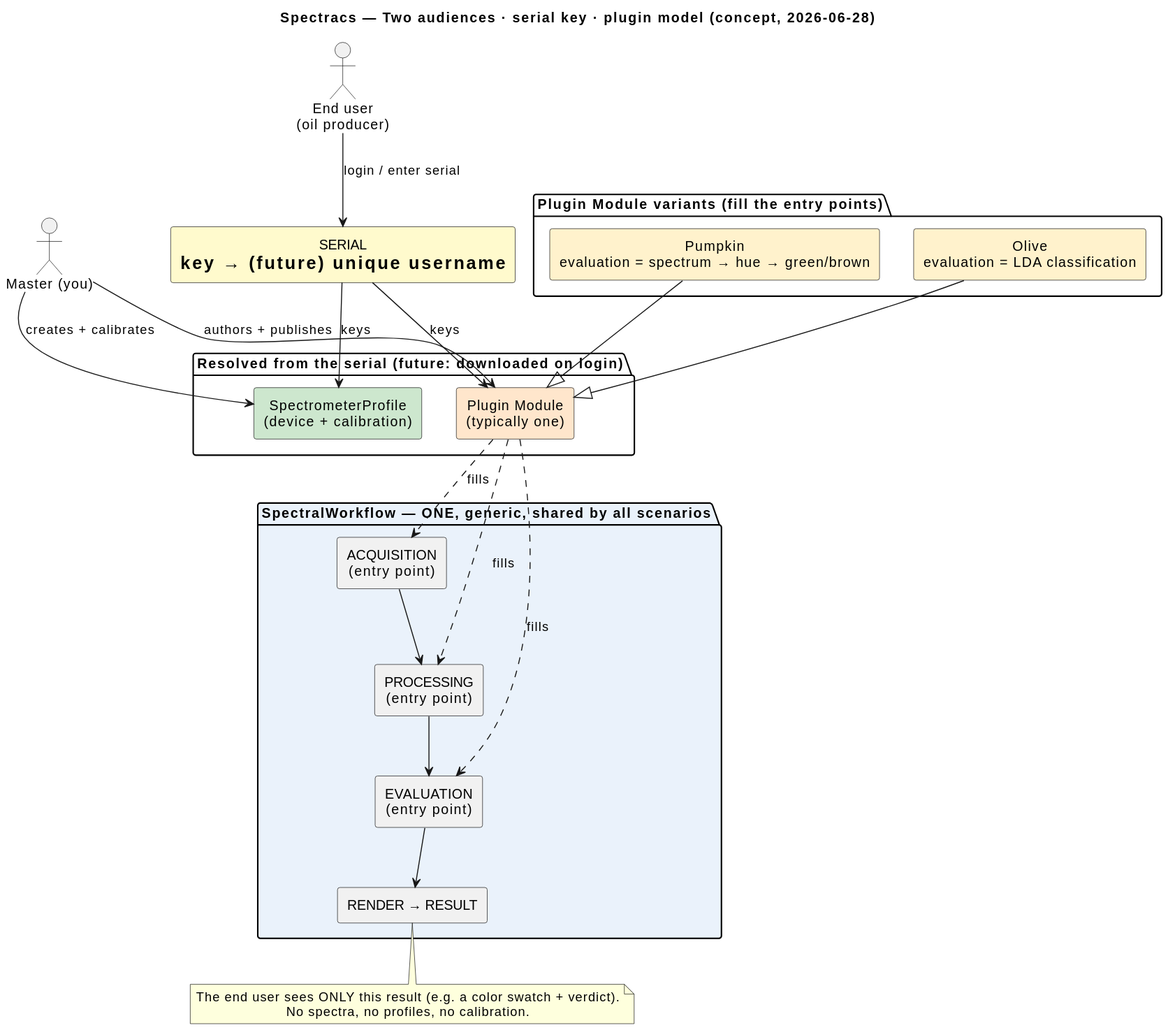
Above: plugin_model.svg in nidwe72/spectracs-docs (PlantUML), before the change.
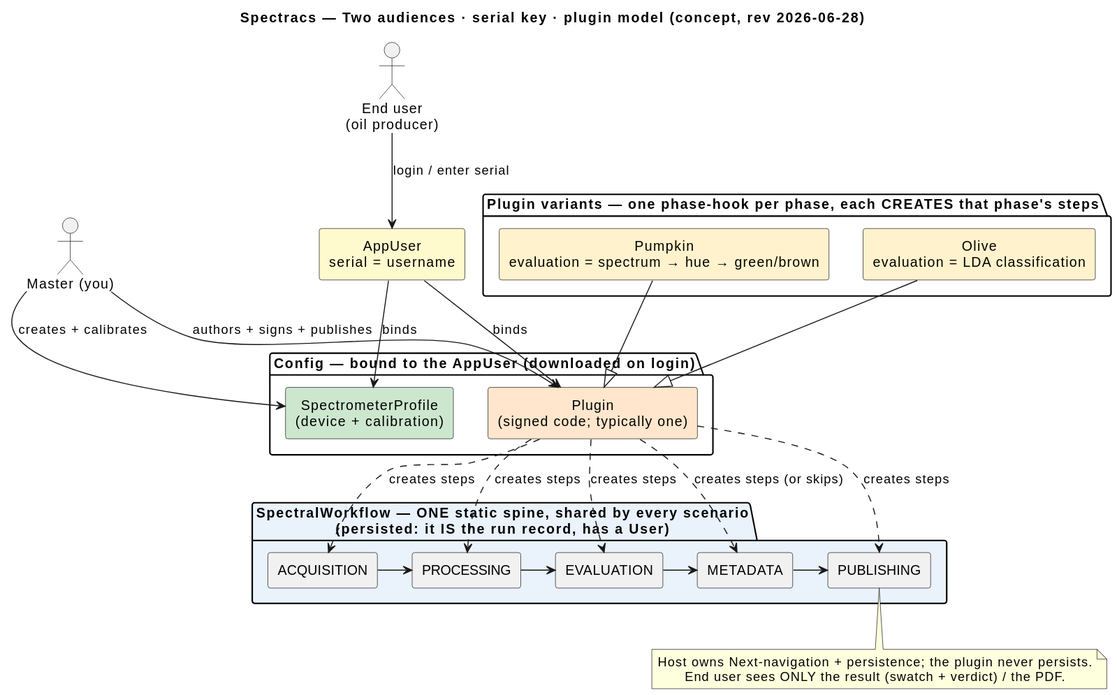
After the change.

Commit message:
Spec: revise SpectralWorkflow object model (§9) + roadmap

Diff of the diagram source:
```diff
@@ -1,5 +1,5 @@
 @startuml
-title Spectracs — Two audiences · serial key · plugin model (concept, 2026-06-28)
+title Spectracs — Two audiences · serial key · plugin model (concept, rev 2026-06-28)
 
 skinparam shadowing false
 skinparam componentStyle rectangle
@@ -8,41 +8,45 @@
 actor "Master (you)" as M
 actor "End user\n(oil producer)" as E
 
-component "SERIAL\n= key  → (future) unique username" as S #FFFACD
+component "AppUser\nserial = username" as S #FFFACD
 
-package "Resolved from the serial (future: downloaded on login)" {
+package "Config — bound to the AppUser (downloaded on login)" {
   component "SpectrometerProfile\n(device + calibration)" as P #CDE7CE
-  component "Plugin Module\n(typically one)" as PM #FFE6CC
+  component "Plugin\n(signed code; typically one)" as PM #FFE6CC
 }
 
-package "SpectralWorkflow — ONE, generic, shared by all scenarios" #EAF2FB {
-  component "ACQUISITION\n(entry point)" as A
-  component "PROCESSING\n(entry point)" as PR
-  component "EVALUATION\n(entry point)" as EV
-  component "RENDER → RESULT" as R
-  A --> PR
-  PR --> EV
-  EV --> R
+package "SpectralWorkflow — ONE static spine, shared by every scenario\n(persisted: it IS the run record, has a User)" #EAF2FB {
+  component "ACQUISITION" as A
+  component "PROCESSING" as PR
+  component "EVALUATION" as EV
+  component "METADATA" as MD
+  component "PUBLISHING" as PB
+  A -> PR
+  PR -> EV
+  EV -> MD
+  MD -> PB
 }
 
-package "Plugin Module variants (fill the entry points)" {
+package "Plugin variants — one phase-hook per phase, each CREATES that phase's steps" {
   component "Pumpkin\nevaluation = spectrum → hue → green/brown" as PU #FFF2CC
   component "Olive\nevaluation = LDA classification" as OL #FFF2CC
 }
 
-M --> P : creates + calibrates
-M --> PM : authors + publishes
-E --> S : login / enter serial
-S --> P : keys
-S --> PM : keys
-PM ..> A : fills
-PM ..> PR : fills
-PM ..> EV : fills
+M --> P  : creates + calibrates
+M --> PM : authors + signs + publishes
+E --> S  : login / enter serial
+S --> P  : binds
+S --> PM : binds
+PM ..> A  : creates steps
+PM ..> PR : creates steps
+PM ..> EV : creates steps
+PM ..> MD : creates steps (or skips)
+PM ..> PB : creates steps
 PU --|> PM
 OL --|> PM
 
-note bottom of R
-  The end user sees ONLY this result (e.g. a color swatch + verdict).
-  No spectra, no profiles, no calibration.
+note bottom of PB
+  Host owns Next-navigation + persistence; the plugin never persists.
+  End user sees ONLY the result (swatch + verdict) / the PDF.
 end note
 @enduml
```
